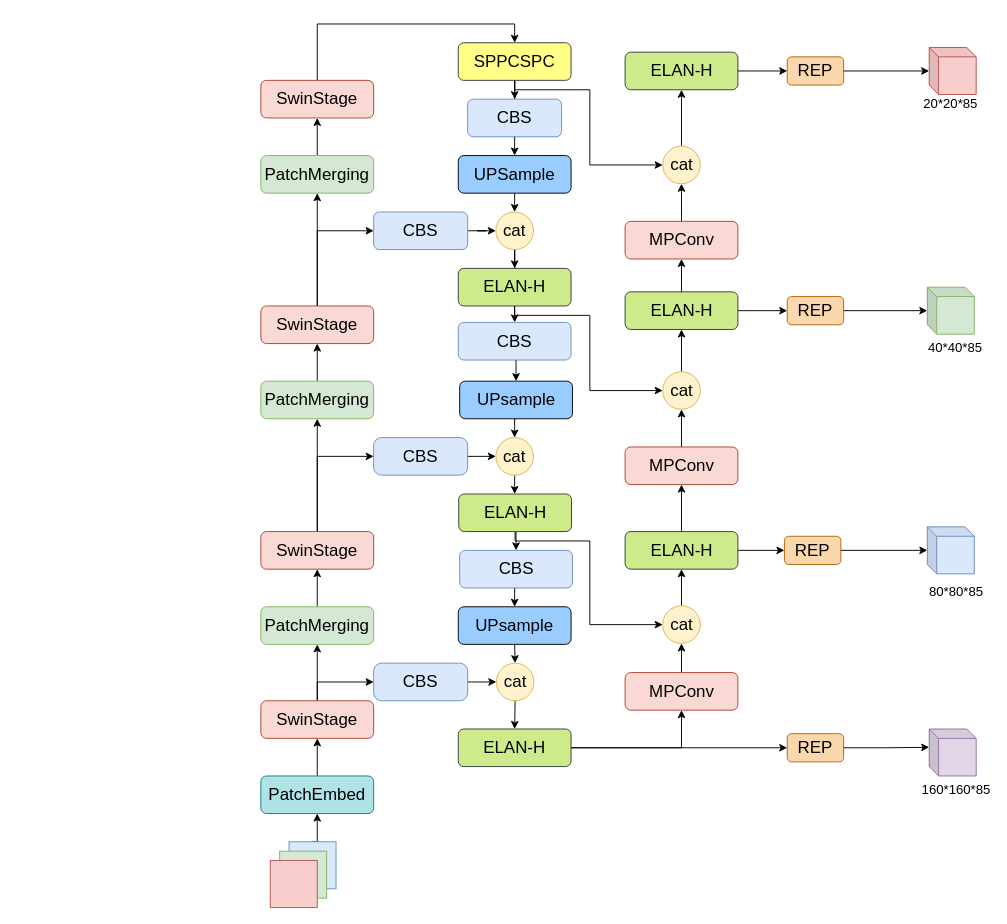
Before: yolov7_dual.drawio in YANGJUNYAN0715/papers, a draw.io diagram. Source tidied: cells renumbered, new cells numbered last; positions are measured from the earlier drawing's top-left corner, leaving out a move shared by most shapes. Both pictures are drawn from the tidied source at 94%, with x=0, y=0 at pixel (260, 42).
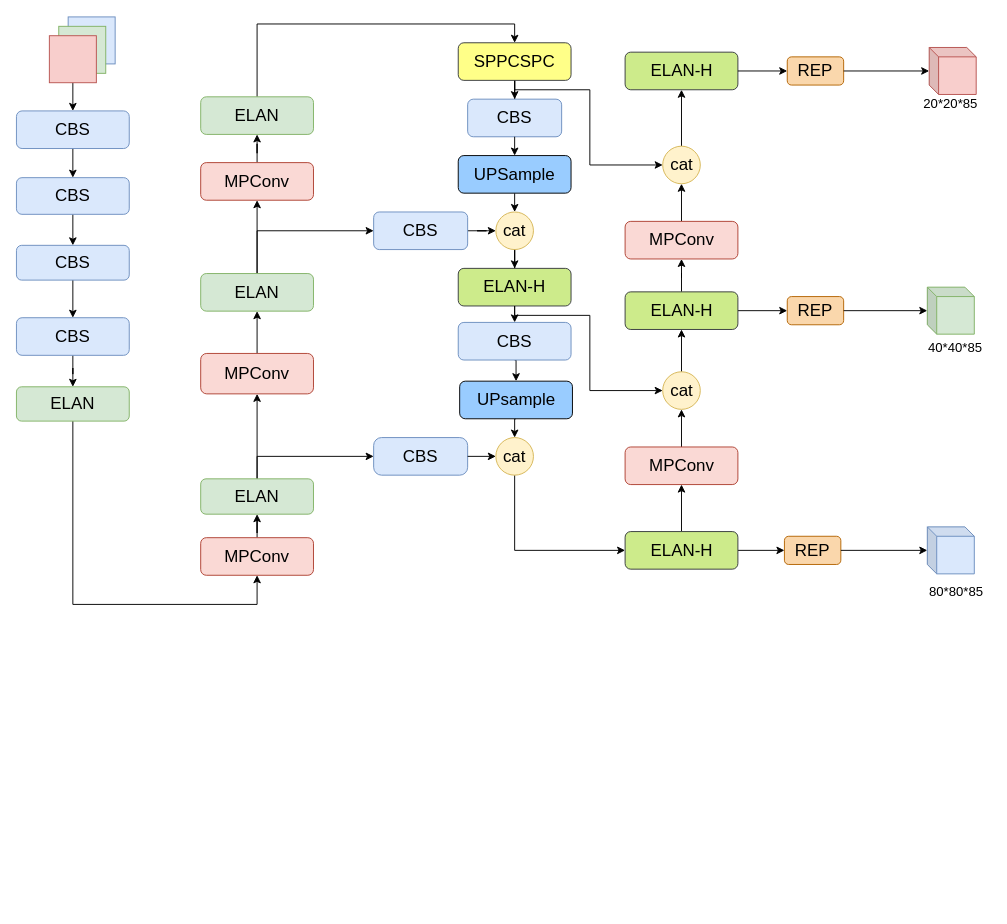
The same diagram, later.

Unchanged cells that the change refers to:
```xml
<mxCell id="22" value="&lt;font style=&quot;font-size: 18px;&quot;&gt;SPPCSPC&lt;/font&gt;" style="rounded=1;whiteSpace=wrap;html=1;fillColor=#ffff88;strokeColor=#36393d;" parent="1" vertex="1">
  <mxGeometry x="210" width="120" height="40" as="geometry" />
</mxCell>
<mxCell id="29" value="&lt;font style=&quot;font-size: 18px;&quot;&gt;CBS&lt;/font&gt;" style="rounded=1;whiteSpace=wrap;html=1;fillColor=#dae8fc;strokeColor=#6c8ebf;" parent="1" vertex="1">
  <mxGeometry x="120" y="180" width="100" height="40" as="geometry" />
</mxCell>
<mxCell id="30" value="&lt;font style=&quot;font-size: 18px;&quot;&gt;CBS&lt;/font&gt;" style="rounded=1;whiteSpace=wrap;html=1;fillColor=#dae8fc;strokeColor=#6c8ebf;arcSize=21;" parent="1" vertex="1">
  <mxGeometry x="120" y="420" width="100" height="40" as="geometry" />
</mxCell>
<mxCell id="32" value="&lt;font style=&quot;font-size: 18px;&quot;&gt;cat&lt;/font&gt;" style="ellipse;whiteSpace=wrap;html=1;rounded=1;fillColor=#fff2cc;strokeColor=#d6b656;" parent="1" vertex="1">
  <mxGeometry x="250" y="420" width="40" height="40" as="geometry" />
</mxCell>
<mxCell id="85" value="&lt;font style=&quot;font-size: 18px;&quot;&gt;ELAN-H&lt;/font&gt;" style="whiteSpace=wrap;html=1;rounded=1;fillColor=#cdeb8b;strokeColor=#36393d;" parent="1" vertex="1">
  <mxGeometry x="387.5" y="520" width="120" height="40" as="geometry" />
</mxCell>
```

Diff of the diagram source:
```diff
@@
-    <mxCell id="2" style="edgeStyle=orthogonalEdgeStyle;rounded=0;jettySize=auto;html=1;exitX=0.5;exitY=0;exitDx=0;exitDy=0;entryX=0.5;entryY=1;entryDx=0;entryDy=0;" parent="1" edge="1" source="3" target="7">
-      <mxGeometry relative="1" as="geometry" />
-    </mxCell>
-    <mxCell id="3" style="whiteSpace=wrap;html=1;fillColor=#dae8fc;strokeColor=#6c8ebf;" parent="1" vertex="1">
-      <mxGeometry x="30" y="850" width="50" height="50" as="geometry" />
-    </mxCell>
-    <mxCell id="4" style="whiteSpace=wrap;html=1;fillColor=#d5e8d4;strokeColor=#82b366;" parent="1" vertex="1">
-      <mxGeometry x="20" y="860" width="50" height="50" as="geometry" />
-    </mxCell>
-    <mxCell id="5" style="whiteSpace=wrap;html=1;fillColor=#f8cecc;strokeColor=#b85450;" parent="1" vertex="1">
-      <mxGeometry x="10" y="870" width="50" height="50" as="geometry" />
-    </mxCell>
-    <mxCell id="6" style="edgeStyle=orthogonalEdgeStyle;rounded=0;jettySize=auto;html=1;exitX=0.5;exitY=0;exitDx=0;exitDy=0;entryX=0.5;entryY=1;entryDx=0;entryDy=0;" parent="1" edge="1" source="7" target="10">
-      <mxGeometry relative="1" as="geometry" />
-    </mxCell>
-    <mxCell id="7" value="&lt;font style=&quot;font-size: 18px;&quot;&gt;PatchEmbed&lt;/font&gt;" style="rounded=1;whiteSpace=wrap;html=1;fillColor=#b0e3e6;strokeColor=#0e8088;" parent="1" vertex="1">
-      <mxGeometry y="780" width="120" height="40" as="geometry" />
-    </mxCell>
-    <mxCell id="8" style="edgeStyle=orthogonalEdgeStyle;rounded=0;jettySize=auto;html=1;" parent="1" edge="1" source="10" target="12">
-      <mxGeometry relative="1" as="geometry" />
-    </mxCell>
-    <mxCell id="9" style="edgeStyle=orthogonalEdgeStyle;rounded=0;jettySize=auto;html=1;exitX=0.5;exitY=0;exitDx=0;exitDy=0;entryX=0;entryY=0.5;entryDx=0;entryDy=0;" parent="1" edge="1" source="10" target="76">
-      <mxGeometry relative="1" as="geometry" />
-    </mxCell>
-    <mxCell id="10" value="&lt;font style=&quot;font-size: 18px;&quot;&gt;SwinStage&lt;/font&gt;" style="rounded=1;whiteSpace=wrap;html=1;fillColor=#fad9d5;strokeColor=#ae4132;" parent="1" vertex="1">
-      <mxGeometry y="700" width="120" height="40" as="geometry" />
-    </mxCell>
-    <mxCell id="11" style="edgeStyle=orthogonalEdgeStyle;rounded=0;jettySize=auto;html=1;fontSize=30;" parent="1" edge="1" source="12" target="65">
-      <mxGeometry relative="1" as="geometry" />
-    </mxCell>
-    <mxCell id="12" value="&lt;font style=&quot;font-size: 18px;&quot;&gt;PatchMerging&lt;/font&gt;" style="rounded=1;whiteSpace=wrap;html=1;fillColor=#d5e8d4;strokeColor=#82b366;" parent="1" vertex="1">
-      <mxGeometry y="600" width="120" height="40" as="geometry" />
-    </mxCell>
-    <mxCell id="13" style="edgeStyle=orthogonalEdgeStyle;rounded=0;jettySize=auto;html=1;exitX=0.5;exitY=0;exitDx=0;exitDy=0;entryX=0.5;entryY=1;entryDx=0;entryDy=0;" parent="1" edge="1" source="14" target="17">
-      <mxGeometry relative="1" as="geometry" />
-    </mxCell>
-    <mxCell id="14" value="&lt;font style=&quot;font-size: 18px;&quot;&gt;PatchMerging&lt;/font&gt;" style="rounded=1;whiteSpace=wrap;html=1;fillColor=#d5e8d4;strokeColor=#82b366;" parent="1" vertex="1">
-      <mxGeometry y="360" width="120" height="40" as="geometry" />
-    </mxCell>
-    <mxCell id="15" style="edgeStyle=orthogonalEdgeStyle;rounded=0;jettySize=auto;html=1;exitX=0.5;exitY=0;exitDx=0;exitDy=0;" parent="1" edge="1" source="17" target="19">
-      <mxGeometry relative="1" as="geometry" />
-    </mxCell>
-    <mxCell id="16" style="edgeStyle=orthogonalEdgeStyle;rounded=0;jettySize=auto;html=1;exitX=0.5;exitY=0;exitDx=0;exitDy=0;entryX=0;entryY=0.5;entryDx=0;entryDy=0;" parent="1" edge="1" source="17" target="29">
-      <mxGeometry relative="1" as="geometry" />
-    </mxCell>
-    <mxCell id="17" value="&lt;font style=&quot;font-size: 18px;&quot;&gt;SwinStage&lt;/font&gt;" style="rounded=1;whiteSpace=wrap;html=1;fillColor=#fad9d5;strokeColor=#ae4132;" parent="1" vertex="1">
-      <mxGeometry y="280" width="120" height="40" as="geometry" />
-    </mxCell>
-    <mxCell id="18" style="edgeStyle=orthogonalEdgeStyle;rounded=0;jettySize=auto;html=1;" parent="1" edge="1" source="19" target="74">
-      <mxGeometry relative="1" as="geometry" />
-    </mxCell>
-    <mxCell id="19" value="&lt;font style=&quot;font-size: 18px;&quot;&gt;PatchMerging&lt;/font&gt;" style="rounded=1;whiteSpace=wrap;html=1;fillColor=#d5e8d4;strokeColor=#82b366;" parent="1" vertex="1">
-      <mxGeometry y="120" width="120" height="40" as="geometry" />
-    </mxCell>
@@
-    <mxCell id="31" style="edgeStyle=orthogonalEdgeStyle;rounded=0;jettySize=auto;html=1;" parent="1" edge="1" source="32" target="40">
-      <mxGeometry relative="1" as="geometry" />
-    </mxCell>
+    <mxCell id="98" style="edgeStyle=orthogonalEdgeStyle;rounded=0;jettySize=auto;html=1;entryX=0;entryY=0.5;entryDx=0;entryDy=0;" parent="1" edge="1" source="32" target="85">
+      <mxGeometry relative="1" as="geometry">
+        <Array as="points">
+          <mxPoint x="270" y="540" />
+        </Array>
+      </mxGeometry>
+    </mxCell>
@@
-    <mxCell id="38" style="edgeStyle=orthogonalEdgeStyle;rounded=0;jettySize=auto;html=1;exitX=0.5;exitY=1;exitDx=0;exitDy=0;entryX=0.5;entryY=0;entryDx=0;entryDy=0;" parent="1" edge="1" source="40" target="78">
-      <mxGeometry relative="1" as="geometry" />
-    </mxCell>
-    <mxCell id="39" style="edgeStyle=orthogonalEdgeStyle;rounded=0;jettySize=auto;html=1;exitX=0.5;exitY=1;exitDx=0;exitDy=0;entryX=0;entryY=0.5;entryDx=0;entryDy=0;" parent="1" edge="1" source="40" target="90">
-      <mxGeometry relative="1" as="geometry">
-        <Array as="points">
-          <mxPoint x="271" y="530" />
-          <mxPoint x="350" y="530" />
-          <mxPoint x="350" y="619" />
-        </Array>
-      </mxGeometry>
-    </mxCell>
-    <mxCell id="40" value="&lt;font style=&quot;font-size: 18px;&quot;&gt;ELAN-H&lt;/font&gt;" style="whiteSpace=wrap;html=1;rounded=1;fillColor=#cdeb8b;strokeColor=#36393d;" parent="1" vertex="1">
-      <mxGeometry x="210.5" y="480" width="120" height="40" as="geometry" />
-    </mxCell>
@@
-    <mxCell id="63" style="edgeStyle=orthogonalEdgeStyle;rounded=0;jettySize=auto;html=1;fontSize=30;" parent="1" edge="1" source="65" target="14">
-      <mxGeometry relative="1" as="geometry" />
-    </mxCell>
-    <mxCell id="64" style="edgeStyle=orthogonalEdgeStyle;rounded=0;jettySize=auto;html=1;exitX=0.5;exitY=0;exitDx=0;exitDy=0;entryX=0;entryY=0.5;entryDx=0;entryDy=0;" parent="1" edge="1" source="65" target="30">
-      <mxGeometry relative="1" as="geometry" />
-    </mxCell>
-    <mxCell id="65" value="&lt;font style=&quot;font-size: 18px;&quot;&gt;SwinStage&lt;/font&gt;" style="rounded=1;whiteSpace=wrap;html=1;fillColor=#fad9d5;strokeColor=#ae4132;" parent="1" vertex="1">
-      <mxGeometry y="520" width="120" height="40" as="geometry" />
-    </mxCell>
@@
-    <mxCell id="72" style="edgeStyle=orthogonalEdgeStyle;rounded=0;orthogonalLoop=1;jettySize=auto;html=1;exitX=0.5;exitY=1;exitDx=0;exitDy=0;fontFamily=Tahoma;fontSize=6;" parent="1" edge="1">
-      <mxGeometry relative="1" as="geometry">
-        <mxPoint x="320" y="170.5" as="sourcePoint" />
-        <mxPoint x="320" y="170.5" as="targetPoint" />
-      </mxGeometry>
-    </mxCell>
-    <mxCell id="73" style="edgeStyle=orthogonalEdgeStyle;rounded=0;jettySize=auto;html=1;exitX=0.5;exitY=0;exitDx=0;exitDy=0;entryX=0.5;entryY=0;entryDx=0;entryDy=0;" parent="1" edge="1" source="74" target="22">
-      <mxGeometry relative="1" as="geometry" />
-    </mxCell>
-    <mxCell id="74" value="&lt;font style=&quot;font-size: 18px;&quot;&gt;SwinStage&lt;/font&gt;" style="rounded=1;whiteSpace=wrap;html=1;fillColor=#fad9d5;strokeColor=#ae4132;" parent="1" vertex="1">
-      <mxGeometry y="40" width="120" height="40" as="geometry" />
-    </mxCell>
-    <mxCell id="75" style="edgeStyle=orthogonalEdgeStyle;rounded=0;jettySize=auto;html=1;exitX=1;exitY=0.5;exitDx=0;exitDy=0;entryX=0;entryY=0.5;entryDx=0;entryDy=0;" parent="1" edge="1" source="76" target="82">
-      <mxGeometry relative="1" as="geometry" />
-    </mxCell>
-    <mxCell id="76" value="&lt;font style=&quot;font-size: 18px;&quot;&gt;CBS&lt;/font&gt;" style="rounded=1;whiteSpace=wrap;html=1;fillColor=#dae8fc;strokeColor=#6c8ebf;arcSize=21;" parent="1" vertex="1">
-      <mxGeometry x="120" y="660" width="100" height="40" as="geometry" />
-    </mxCell>
-    <mxCell id="77" style="edgeStyle=orthogonalEdgeStyle;rounded=0;jettySize=auto;html=1;exitX=0.5;exitY=1;exitDx=0;exitDy=0;entryX=0.5;entryY=0;entryDx=0;entryDy=0;" parent="1" edge="1" source="78" target="80">
-      <mxGeometry relative="1" as="geometry" />
-    </mxCell>
-    <mxCell id="78" value="&lt;font style=&quot;font-size: 18px;&quot;&gt;CBS&lt;/font&gt;" style="rounded=1;whiteSpace=wrap;html=1;fillColor=#dae8fc;strokeColor=#6c8ebf;" parent="1" vertex="1">
-      <mxGeometry x="211.5" y="540" width="120" height="40" as="geometry" />
-    </mxCell>
-    <mxCell id="79" style="edgeStyle=orthogonalEdgeStyle;rounded=0;jettySize=auto;html=1;exitX=0.5;exitY=1;exitDx=0;exitDy=0;entryX=0.5;entryY=0;entryDx=0;entryDy=0;" parent="1" edge="1" source="80" target="82">
-      <mxGeometry relative="1" as="geometry" />
-    </mxCell>
-    <mxCell id="80" value="&lt;font style=&quot;font-size: 18px;&quot;&gt;UPsample&lt;/font&gt;" style="rounded=1;whiteSpace=wrap;html=1;fillColor=#99CCFF;" parent="1" vertex="1">
-      <mxGeometry x="210" y="600" width="120" height="40" as="geometry" />
-    </mxCell>
-    <mxCell id="81" style="edgeStyle=orthogonalEdgeStyle;rounded=0;jettySize=auto;html=1;exitX=0.5;exitY=1;exitDx=0;exitDy=0;entryX=0.5;entryY=0;entryDx=0;entryDy=0;" parent="1" edge="1" source="82" target="93">
-      <mxGeometry relative="1" as="geometry" />
-    </mxCell>
-    <mxCell id="82" value="&lt;font style=&quot;font-size: 18px;&quot;&gt;cat&lt;/font&gt;" style="ellipse;whiteSpace=wrap;html=1;rounded=1;fillColor=#fff2cc;strokeColor=#d6b656;" parent="1" vertex="1">
-      <mxGeometry x="250.5" y="660" width="40" height="40" as="geometry" />
-    </mxCell>
+    <mxCell id="99" style="edgeStyle=orthogonalEdgeStyle;rounded=0;orthogonalLoop=1;jettySize=auto;html=1;exitX=0.5;exitY=1;exitDx=0;exitDy=0;fontFamily=Tahoma;fontSize=6;" parent="1" edge="1">
+      <mxGeometry relative="1" as="geometry">
+        <mxPoint x="320" y="170.5" as="sourcePoint" />
+        <mxPoint x="320" y="170.5" as="targetPoint" />
+      </mxGeometry>
+    </mxCell>
@@
-    <mxCell id="86" value="&lt;font style=&quot;font-size: 18px;&quot;&gt;REP&lt;/font&gt;" style="rounded=1;whiteSpace=wrap;html=1;fillColor=#fad7ac;strokeColor=#b46504;" parent="1" vertex="1">
-      <mxGeometry x="560" y="735" width="60" height="30" as="geometry" />
-    </mxCell>
-    <mxCell id="87" style="shape=cube;whiteSpace=wrap;html=1;boundedLbl=1;backgroundOutline=1;darkOpacity=0.05;darkOpacity2=0.1;size=10;fillColor=#e1d5e7;strokeColor=#9673a6;" parent="1" vertex="1">
-      <mxGeometry x="711" y="730" width="50" height="50" as="geometry" />
-    </mxCell>
-    <mxCell id="88" value="&lt;font style=&quot;font-size: 14px;&quot;&gt;160*160*85&lt;/font&gt;" style="text;html=1;strokeColor=none;fillColor=none;align=center;verticalAlign=middle;whiteSpace=wrap;rounded=0;strokeWidth=1;fontSize=12;" parent="1" vertex="1">
-      <mxGeometry x="712" y="780" width="56" height="30" as="geometry" />
-    </mxCell>
-    <mxCell id="89" style="edgeStyle=orthogonalEdgeStyle;rounded=0;jettySize=auto;html=1;exitX=0.5;exitY=0;exitDx=0;exitDy=0;entryX=0.5;entryY=1;entryDx=0;entryDy=0;" parent="1" edge="1" source="90" target="85">
-      <mxGeometry relative="1" as="geometry" />
-    </mxCell>
-    <mxCell id="90" value="&lt;font style=&quot;font-size: 18px;&quot;&gt;cat&lt;/font&gt;" style="ellipse;whiteSpace=wrap;html=1;rounded=1;fillColor=#fff2cc;strokeColor=#d6b656;" parent="1" vertex="1">
-      <mxGeometry x="427.5" y="599" width="40" height="40" as="geometry" />
-    </mxCell>
-    <mxCell id="91" style="edgeStyle=orthogonalEdgeStyle;rounded=0;jettySize=auto;html=1;exitX=1;exitY=0.5;exitDx=0;exitDy=0;entryX=0;entryY=0.5;entryDx=0;entryDy=0;" parent="1" edge="1" source="93" target="86">
-      <mxGeometry relative="1" as="geometry" />
-    </mxCell>
-    <mxCell id="92" style="edgeStyle=orthogonalEdgeStyle;rounded=0;jettySize=auto;html=1;exitX=1;exitY=0.5;exitDx=0;exitDy=0;entryX=0.5;entryY=1;entryDx=0;entryDy=0;" parent="1" edge="1" source="93" target="96">
-      <mxGeometry relative="1" as="geometry" />
-    </mxCell>
-    <mxCell id="93" value="&lt;font style=&quot;font-size: 18px;&quot;&gt;ELAN-H&lt;/font&gt;" style="whiteSpace=wrap;html=1;rounded=1;fillColor=#cdeb8b;strokeColor=#36393d;" parent="1" vertex="1">
-      <mxGeometry x="210" y="730" width="120" height="40" as="geometry" />
-    </mxCell>
-    <mxCell id="94" style="edgeStyle=orthogonalEdgeStyle;rounded=0;jettySize=auto;html=1;exitX=1;exitY=0.5;exitDx=0;exitDy=0;entryX=0;entryY=0;entryDx=0;entryDy=19.5;entryPerimeter=0;" parent="1" edge="1" source="86" target="87">
-      <mxGeometry relative="1" as="geometry" />
-    </mxCell>
-    <mxCell id="95" style="edgeStyle=orthogonalEdgeStyle;rounded=0;jettySize=auto;html=1;exitX=0.5;exitY=0;exitDx=0;exitDy=0;entryX=0.5;entryY=1;entryDx=0;entryDy=0;" parent="1" edge="1" source="96" target="90">
-      <mxGeometry relative="1" as="geometry" />
-    </mxCell>
-    <mxCell id="96" value="&lt;font style=&quot;font-size: 18px;&quot;&gt;MPConv&lt;/font&gt;" style="whiteSpace=wrap;html=1;rounded=1;fillColor=#fad9d5;strokeColor=#ae4132;" parent="1" vertex="1">
-      <mxGeometry x="387.5" y="670" width="120" height="40" as="geometry" />
-    </mxCell>
@@
+    <mxCell id="100" style="whiteSpace=wrap;html=1;fillColor=#dae8fc;strokeColor=#6c8ebf;" parent="1" vertex="1">
+      <mxGeometry x="-205" y="-27.5" width="50" height="50" as="geometry" />
+    </mxCell>
+    <mxCell id="101" style="whiteSpace=wrap;html=1;fillColor=#d5e8d4;strokeColor=#82b366;" parent="1" vertex="1">
+      <mxGeometry x="-215" y="-17.5" width="50" height="50" as="geometry" />
+    </mxCell>
+    <mxCell id="102" style="edgeStyle=orthogonalEdgeStyle;rounded=0;jettySize=auto;html=1;exitX=0.5;exitY=1;exitDx=0;exitDy=0;entryX=0.5;entryY=0;entryDx=0;entryDy=0;" parent="1" edge="1" source="103" target="111">
+      <mxGeometry relative="1" as="geometry" />
+    </mxCell>
+    <mxCell id="103" style="whiteSpace=wrap;html=1;fillColor=#f8cecc;strokeColor=#b85450;" parent="1" vertex="1">
+      <mxGeometry x="-225" y="-7.5" width="50" height="50" as="geometry" />
+    </mxCell>
+    <mxCell id="104" style="edgeStyle=orthogonalEdgeStyle;rounded=0;jettySize=auto;html=1;exitX=0.5;exitY=1;exitDx=0;exitDy=0;" parent="1" edge="1" source="105" target="113">
+      <mxGeometry relative="1" as="geometry" />
+    </mxCell>
+    <mxCell id="105" value="&lt;font style=&quot;font-size: 18px;&quot;&gt;CBS&lt;/font&gt;" style="rounded=1;whiteSpace=wrap;html=1;fillColor=#dae8fc;strokeColor=#6c8ebf;" parent="1" vertex="1">
+      <mxGeometry x="-260" y="292.5" width="120" height="40" as="geometry" />
+    </mxCell>
+    <mxCell id="106" style="edgeStyle=orthogonalEdgeStyle;rounded=0;jettySize=auto;html=1;exitX=0.5;exitY=1;exitDx=0;exitDy=0;entryX=0.5;entryY=0;entryDx=0;entryDy=0;" parent="1" edge="1" source="107" target="105">
+      <mxGeometry relative="1" as="geometry" />
+    </mxCell>
+    <mxCell id="107" value="&lt;font style=&quot;font-size: 18px;&quot;&gt;CBS&lt;/font&gt;" style="rounded=1;whiteSpace=wrap;html=1;fillColor=#dae8fc;strokeColor=#6c8ebf;" parent="1" vertex="1">
+      <mxGeometry x="-260" y="215.5" width="120" height="37" as="geometry" />
+    </mxCell>
+    <mxCell id="108" style="edgeStyle=orthogonalEdgeStyle;rounded=0;jettySize=auto;html=1;exitX=0.5;exitY=1;exitDx=0;exitDy=0;entryX=0.5;entryY=0;entryDx=0;entryDy=0;" parent="1" edge="1" source="109" target="107">
+      <mxGeometry relative="1" as="geometry" />
+    </mxCell>
+    <mxCell id="109" value="&lt;font style=&quot;font-size: 18px;&quot;&gt;CBS&lt;/font&gt;" style="rounded=1;whiteSpace=wrap;html=1;fillColor=#dae8fc;strokeColor=#6c8ebf;" parent="1" vertex="1">
+      <mxGeometry x="-260" y="143.5" width="120" height="39" as="geometry" />
+    </mxCell>
+    <mxCell id="110" style="edgeStyle=orthogonalEdgeStyle;rounded=0;jettySize=auto;html=1;exitX=0.5;exitY=1;exitDx=0;exitDy=0;entryX=0.5;entryY=0;entryDx=0;entryDy=0;" parent="1" edge="1" source="111" target="109">
+      <mxGeometry relative="1" as="geometry" />
+    </mxCell>
+    <mxCell id="111" value="&lt;font style=&quot;font-size: 18px;&quot;&gt;CBS&lt;/font&gt;" style="rounded=1;whiteSpace=wrap;html=1;fillColor=#dae8fc;strokeColor=#6c8ebf;" parent="1" vertex="1">
+      <mxGeometry x="-260" y="72.5" width="120" height="40" as="geometry" />
+    </mxCell>
+    <mxCell id="112" style="edgeStyle=orthogonalEdgeStyle;rounded=0;jettySize=auto;html=1;exitX=0.5;exitY=1;exitDx=0;exitDy=0;entryX=0.5;entryY=1;entryDx=0;entryDy=0;" parent="1" edge="1" source="113" target="115">
+      <mxGeometry relative="1" as="geometry">
+        <Array as="points">
+          <mxPoint x="-200" y="597.5" />
+          <mxPoint x="-4" y="597.5" />
+        </Array>
+      </mxGeometry>
+    </mxCell>
+    <mxCell id="113" value="&lt;font style=&quot;font-size: 18px;&quot;&gt;ELAN&lt;/font&gt;" style="rounded=1;whiteSpace=wrap;html=1;fillColor=#d5e8d4;strokeColor=#82b366;" parent="1" vertex="1">
+      <mxGeometry x="-260" y="366" width="120" height="36.5" as="geometry" />
+    </mxCell>
+    <mxCell id="114" style="edgeStyle=orthogonalEdgeStyle;rounded=0;jettySize=auto;html=1;" parent="1" edge="1" source="115" target="118">
+      <mxGeometry relative="1" as="geometry" />
+    </mxCell>
+    <mxCell id="115" value="&lt;font style=&quot;font-size: 18px;&quot;&gt;MPConv&lt;/font&gt;" style="rounded=1;whiteSpace=wrap;html=1;fillColor=#fad9d5;strokeColor=#ae4132;" parent="1" vertex="1">
+      <mxGeometry x="-64" y="526.5" width="120" height="40" as="geometry" />
+    </mxCell>
+    <mxCell id="116" style="edgeStyle=orthogonalEdgeStyle;rounded=0;jettySize=auto;html=1;fontSize=30;" parent="1" edge="1" source="118" target="127">
+      <mxGeometry relative="1" as="geometry" />
+    </mxCell>
+    <mxCell id="117" style="edgeStyle=orthogonalEdgeStyle;rounded=0;jettySize=auto;html=1;exitX=0.5;exitY=0;exitDx=0;exitDy=0;entryX=0;entryY=0.5;entryDx=0;entryDy=0;" parent="1" edge="1" source="118" target="30">
+      <mxGeometry relative="1" as="geometry" />
+    </mxCell>
+    <mxCell id="118" value="&lt;font style=&quot;font-size: 18px;&quot;&gt;ELAN&lt;/font&gt;" style="rounded=1;whiteSpace=wrap;html=1;fillColor=#d5e8d4;strokeColor=#82b366;" parent="1" vertex="1">
+      <mxGeometry x="-64" y="463.9" width="120" height="37.6" as="geometry" />
+    </mxCell>
+    <mxCell id="119" style="edgeStyle=orthogonalEdgeStyle;rounded=0;jettySize=auto;html=1;exitX=0.5;exitY=0;exitDx=0;exitDy=0;entryX=0.5;entryY=1;entryDx=0;entryDy=0;" parent="1" edge="1" source="121" target="123">
+      <mxGeometry relative="1" as="geometry" />
+    </mxCell>
+    <mxCell id="120" style="edgeStyle=orthogonalEdgeStyle;rounded=0;jettySize=auto;html=1;exitX=0.5;exitY=0;exitDx=0;exitDy=0;entryX=0;entryY=0.5;entryDx=0;entryDy=0;" parent="1" edge="1" source="121" target="29">
+      <mxGeometry relative="1" as="geometry" />
+    </mxCell>
+    <mxCell id="121" value="&lt;font style=&quot;font-size: 18px;&quot;&gt;ELAN&lt;/font&gt;" style="rounded=1;whiteSpace=wrap;html=1;fillColor=#d5e8d4;strokeColor=#82b366;" parent="1" vertex="1">
+      <mxGeometry x="-64" y="245.5" width="120" height="40" as="geometry" />
+    </mxCell>
+    <mxCell id="122" style="edgeStyle=orthogonalEdgeStyle;rounded=0;jettySize=auto;html=1;exitX=0.5;exitY=0;exitDx=0;exitDy=0;" parent="1" edge="1" source="123" target="125">
+      <mxGeometry relative="1" as="geometry" />
+    </mxCell>
+    <mxCell id="123" value="&lt;font style=&quot;font-size: 18px;&quot;&gt;MPConv&lt;/font&gt;" style="rounded=1;whiteSpace=wrap;html=1;fillColor=#fad9d5;strokeColor=#ae4132;" parent="1" vertex="1">
+      <mxGeometry x="-64" y="127.5" width="120" height="40" as="geometry" />
+    </mxCell>
+    <mxCell id="124" style="edgeStyle=orthogonalEdgeStyle;rounded=0;jettySize=auto;html=1;exitX=0.5;exitY=0;exitDx=0;exitDy=0;entryX=0.5;entryY=0;entryDx=0;entryDy=0;" parent="1" edge="1" source="125" target="22">
+      <mxGeometry relative="1" as="geometry" />
+    </mxCell>
+    <mxCell id="125" value="&lt;font style=&quot;font-size: 18px;&quot;&gt;ELAN&lt;/font&gt;" style="rounded=1;whiteSpace=wrap;html=1;fillColor=#d5e8d4;strokeColor=#82b366;" parent="1" vertex="1">
+      <mxGeometry x="-64" y="57.5" width="120" height="40" as="geometry" />
+    </mxCell>
+    <mxCell id="126" style="edgeStyle=orthogonalEdgeStyle;rounded=0;jettySize=auto;html=1;fontSize=30;" parent="1" edge="1" source="127" target="121">
+      <mxGeometry relative="1" as="geometry" />
+    </mxCell>
+    <mxCell id="127" value="&lt;font style=&quot;font-size: 18px;&quot;&gt;MPConv&lt;/font&gt;" style="rounded=1;whiteSpace=wrap;html=1;fillColor=#fad9d5;strokeColor=#ae4132;" parent="1" vertex="1">
+      <mxGeometry x="-64" y="330.5" width="120" height="43" as="geometry" />
+    </mxCell>
```
